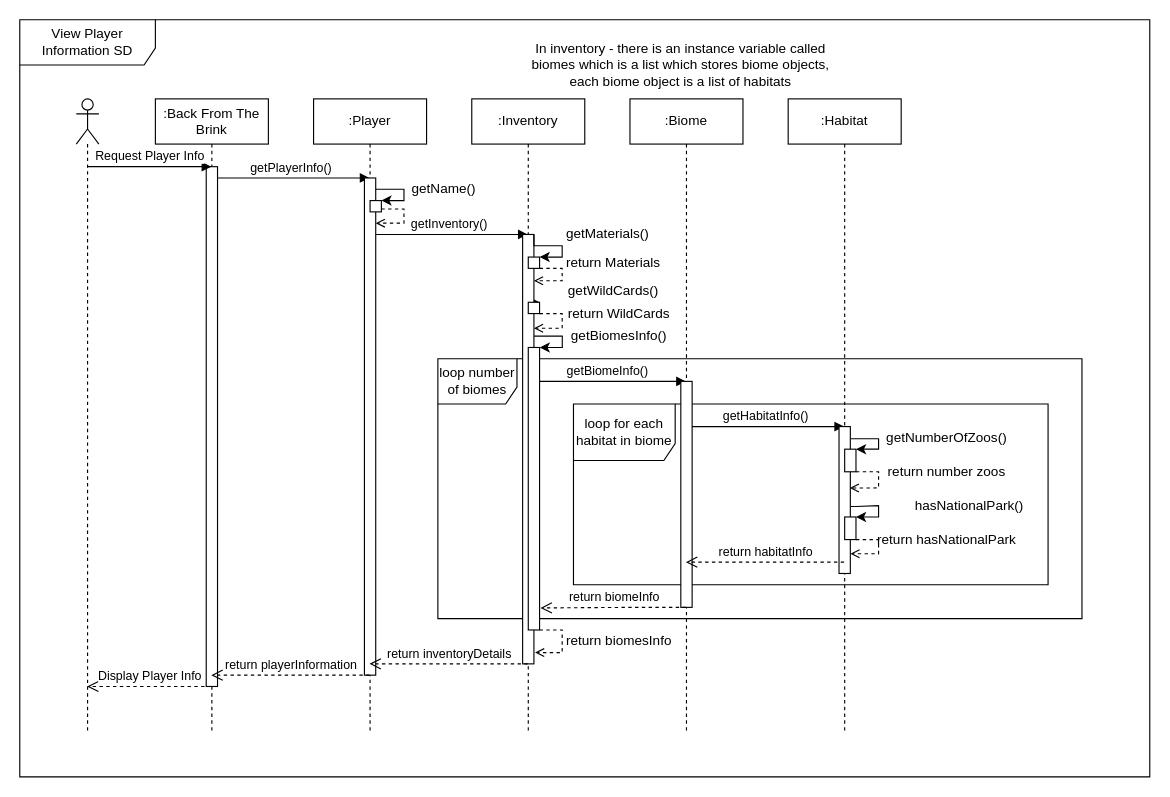
This is Documentation/Sequence Diagrams/View Player Information SD (draft).drawio from cmcgarry5/csc2058-2021-g25, a draw.io file, before an edit. Source tidied: cells renumbered, new cells numbered last; positions are measured from the earlier drawing's top-left corner, leaving out a move shared by most shapes. Both pictures are drawn from the tidied source at 113%, with x=0, y=0 at pixel (19, 19).
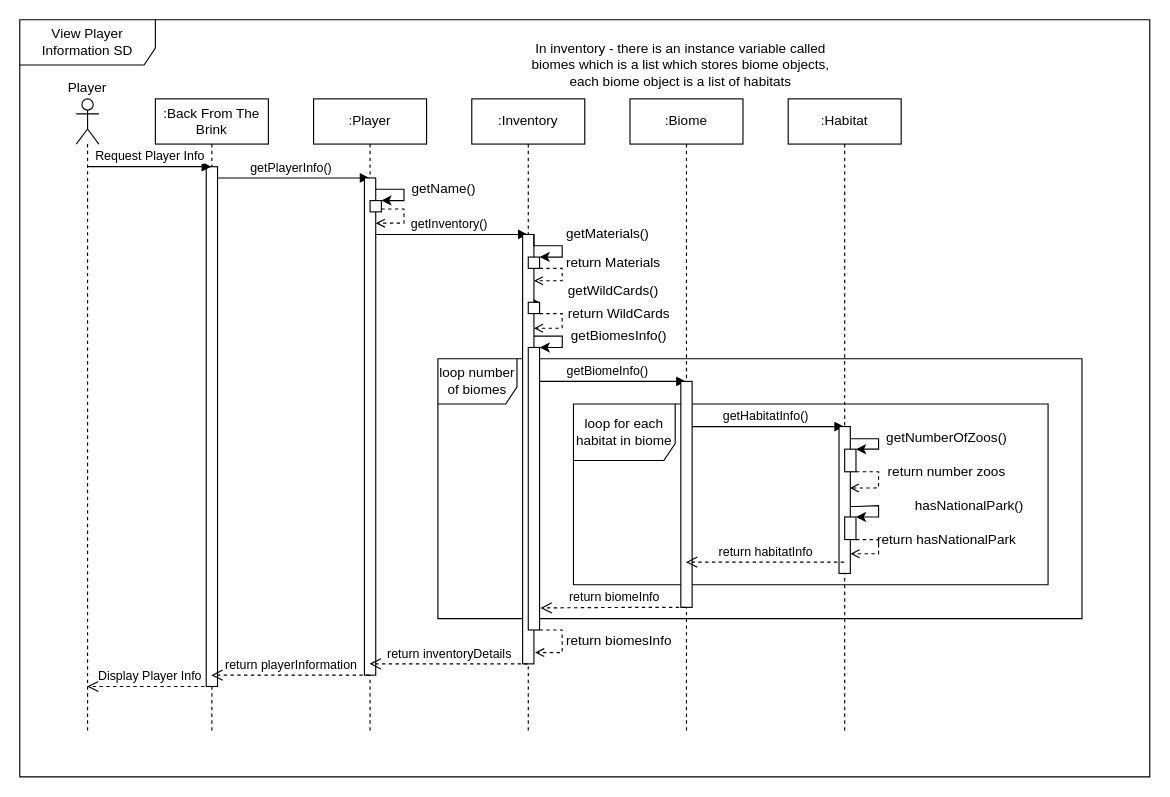
Above is the later version.

Commit message:
Included player label on actor

What changed in the source:
```diff
@@
+    <mxCell id="56" value="Player" style="text;html=1;strokeColor=none;fillColor=none;align=center;verticalAlign=middle;whiteSpace=wrap;rounded=0;" parent="1" vertex="1">
+      <mxGeometry x="40" y="50" width="40" height="20" as="geometry" />
+    </mxCell>
```
